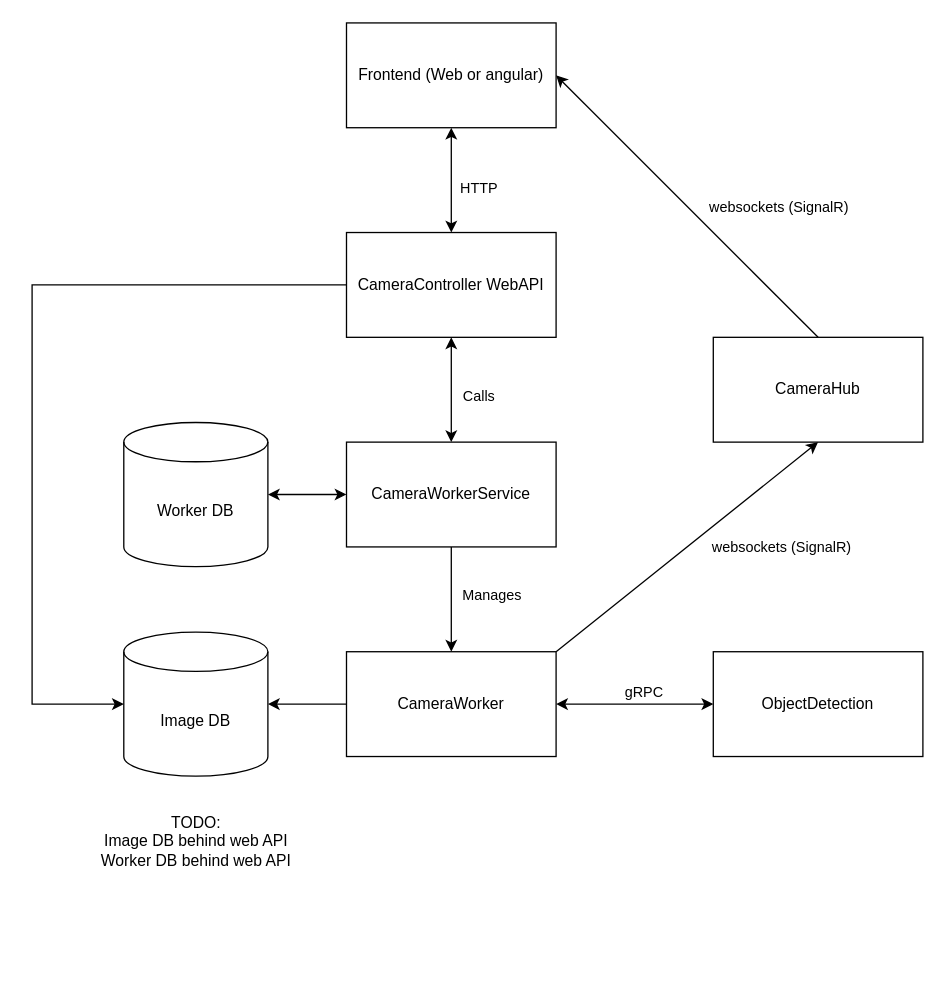
Before: AppSchema.drawio in VanduynslagerYves/VideoFeedWebAppV2, a draw.io diagram. Source tidied: cells renumbered, new cells numbered last; positions are measured from the earlier drawing's top-left corner, leaving out a move shared by most shapes. Both pictures are drawn from the tidied source at 131%, with x=0, y=0 at pixel (31, 22).
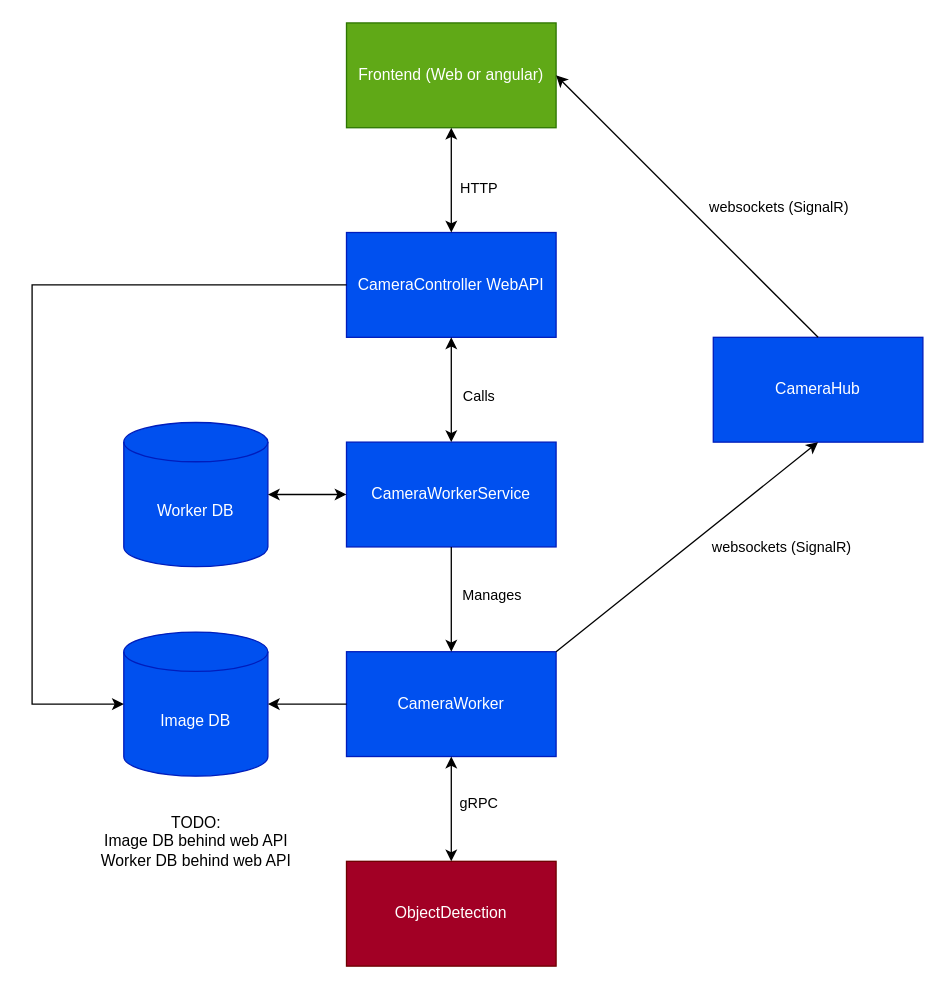
The same page after the edit.

Commit message:
schema color

Diff of the diagram source:
```diff
@@
-    <mxCell id="2" value="Frontend (Web or angular)" style="rounded=0;whiteSpace=wrap;html=1;" parent="1" vertex="1">
+    <mxCell id="2" value="Frontend (Web or angular)" style="rounded=0;whiteSpace=wrap;html=1;fillColor=#60a917;fontColor=#ffffff;strokeColor=#2D7600;" parent="1" vertex="1">
       <mxGeometry x="240" width="160" height="80" as="geometry" />
     </mxCell>
-    <mxCell id="3" value="CameraController WebAPI" style="rounded=0;whiteSpace=wrap;html=1;" parent="1" vertex="1">
+    <mxCell id="3" value="CameraController WebAPI" style="rounded=0;whiteSpace=wrap;html=1;fillColor=#0050ef;fontColor=#ffffff;strokeColor=#001DBC;" parent="1" vertex="1">
       <mxGeometry x="240" y="160" width="160" height="80" as="geometry" />
     </mxCell>
-    <mxCell id="4" value="CameraWorkerService" style="rounded=0;whiteSpace=wrap;html=1;" parent="1" vertex="1">
+    <mxCell id="4" value="CameraWorkerService" style="rounded=0;whiteSpace=wrap;html=1;fillColor=#0050ef;fontColor=#ffffff;strokeColor=#001DBC;" parent="1" vertex="1">
       <mxGeometry x="240" y="320" width="160" height="80" as="geometry" />
     </mxCell>
-    <mxCell id="5" value="CameraWorker" style="rounded=0;whiteSpace=wrap;html=1;" parent="1" vertex="1">
+    <mxCell id="5" value="CameraWorker" style="rounded=0;whiteSpace=wrap;html=1;fillColor=#0050ef;fontColor=#ffffff;strokeColor=#001DBC;" parent="1" vertex="1">
       <mxGeometry x="240" y="480" width="160" height="80" as="geometry" />
     </mxCell>
-    <mxCell id="6" value="&lt;div&gt;CameraHub&lt;/div&gt;" style="rounded=0;whiteSpace=wrap;html=1;" parent="1" vertex="1">
+    <mxCell id="6" value="&lt;div&gt;CameraHub&lt;/div&gt;" style="rounded=0;whiteSpace=wrap;html=1;fillColor=#0050ef;fontColor=#ffffff;strokeColor=#001DBC;" parent="1" vertex="1">
       <mxGeometry x="520" y="240" width="160" height="80" as="geometry" />
     </mxCell>
-    <mxCell id="7" value="ObjectDetection" style="rounded=0;whiteSpace=wrap;html=1;" parent="1" vertex="1">
-      <mxGeometry x="520" y="480" width="160" height="80" as="geometry" />
+    <mxCell id="7" value="ObjectDetection" style="rounded=0;whiteSpace=wrap;html=1;fillColor=#a20025;fontColor=#ffffff;strokeColor=#6F0000;" parent="1" vertex="1">
+      <mxGeometry x="240" y="640" width="160" height="80" as="geometry" />
     </mxCell>
-    <mxCell id="8" style="endArrow=classic;startArrow=classic;html=1;rounded=0;exitX=1;exitY=0.5;exitDx=0;exitDy=0;entryX=0;entryY=0.5;entryDx=0;entryDy=0;" parent="1" edge="1" source="5" target="7">
+    <mxCell id="8" style="endArrow=classic;startArrow=classic;html=1;rounded=0;entryX=0.5;entryY=0;entryDx=0;entryDy=0;exitX=0.5;exitY=1;exitDx=0;exitDy=0;" parent="1" edge="1" source="5" target="7">
       <mxGeometry relative="1" as="geometry" />
     </mxCell>
     <mxCell id="9" value="gRPC" style="edgeLabel;html=1;align=center;verticalAlign=middle;" parent="8" vertex="1">
       <mxGeometry x="-0.1" y="-1" relative="1" as="geometry">
-        <mxPoint x="12" y="-11" as="offset" />
+        <mxPoint x="21" y="-1" as="offset" />
       </mxGeometry>
     </mxCell>
@@
-    <mxCell id="20" value="Image DB" style="shape=cylinder3;whiteSpace=wrap;html=1;boundedLbl=1;backgroundOutline=1;size=15;" parent="1" vertex="1">
+    <mxCell id="20" value="Image DB" style="shape=cylinder3;whiteSpace=wrap;html=1;boundedLbl=1;backgroundOutline=1;size=15;fillColor=#0050ef;fontColor=#ffffff;strokeColor=#001DBC;" parent="1" vertex="1">
       <mxGeometry x="70" y="465" width="110" height="110" as="geometry" />
     </mxCell>
@@
-    <mxCell id="22" value="Worker DB" style="shape=cylinder3;whiteSpace=wrap;html=1;boundedLbl=1;backgroundOutline=1;size=15;" parent="1" vertex="1">
+    <mxCell id="22" value="Worker DB" style="shape=cylinder3;whiteSpace=wrap;html=1;boundedLbl=1;backgroundOutline=1;size=15;fillColor=#0050ef;fontColor=#ffffff;strokeColor=#001DBC;" parent="1" vertex="1">
       <mxGeometry x="70" y="305" width="110" height="110" as="geometry" />
     </mxCell>
```
